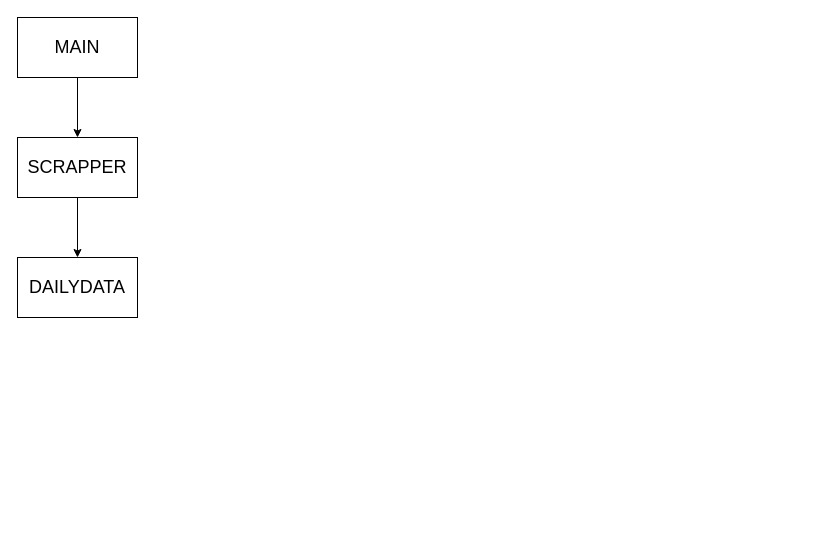
This is flow.drawio from Ansh-Kotwal/Weather-Prediction, a draw.io file, before an edit. Source tidied: cells renumbered, new cells numbered last; positions are measured from the earlier drawing's top-left corner, leaving out a move shared by most shapes. Both pictures are drawn from the tidied source at 100%, with x=0, y=0 at pixel (17, 17).
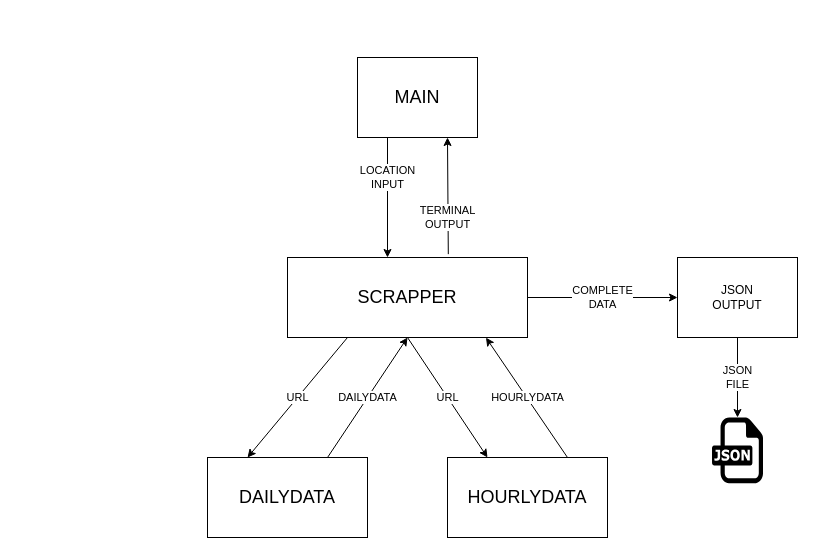
The same page after the edit.

Commit message (it also covers changes not shown here):
Added Flow Chart and new naming of var,fun()

Diff of the diagram source:
```diff
@@
 <mxGraphModel>
   <root>
     <mxCell id="0" />
     <mxCell id="1" parent="0" />
     <mxCell id="2" value="&lt;font style=&quot;font-size: 18px;&quot;&gt;MAIN&lt;/font&gt;" style="rounded=0;whiteSpace=wrap;html=1;" parent="1" vertex="1">
-      <mxGeometry width="120" height="60" as="geometry" />
+      <mxGeometry x="340" y="40" width="120" height="80" as="geometry" />
     </mxCell>
-    <mxCell id="3" style="endArrow=classic;html=1;exitX=0.5;exitY=1;exitDx=0;exitDy=0;" parent="1" edge="1" source="2">
-      <mxGeometry relative="1" as="geometry">
-        <mxPoint x="60" y="120" as="targetPoint" />
-      </mxGeometry>
-    </mxCell>
     <mxCell id="4" value="&lt;font style=&quot;font-size: 18px;&quot;&gt;SCRAPPER&lt;/font&gt;" style="rounded=0;whiteSpace=wrap;html=1;" parent="1" vertex="1">
-      <mxGeometry y="120" width="120" height="60" as="geometry" />
+      <mxGeometry x="270" y="240" width="240" height="80" as="geometry" />
     </mxCell>
-    <mxCell id="5" style="endArrow=classic;html=1;exitX=0.5;exitY=1;exitDx=0;exitDy=0;" parent="1" edge="1" source="4">
-      <mxGeometry relative="1" as="geometry">
-        <mxPoint x="60" y="240" as="targetPoint" />
-      </mxGeometry>
-    </mxCell>
+    <mxCell id="7" value="URL" style="endArrow=classic;html=1;entryX=0.25;entryY=0;entryDx=0;entryDy=0;exitX=0.25;exitY=1;exitDx=0;exitDy=0;" parent="1" edge="1" source="4" target="6">
+      <mxGeometry relative="1" as="geometry" />
+    </mxCell>
     <mxCell id="6" value="DAILYDATA" style="rounded=0;whiteSpace=wrap;html=1;fontSize=18;" parent="1" vertex="1">
-      <mxGeometry y="240" width="120" height="60" as="geometry" />
+      <mxGeometry x="190" y="440" width="160" height="80" as="geometry" />
     </mxCell>
+    <mxCell id="8" value="DAILYDATA" style="endArrow=classic;html=1;exitX=0.75;exitY=0;exitDx=0;exitDy=0;entryX=0.5;entryY=1;entryDx=0;entryDy=0;" parent="1" edge="1" source="6" target="4">
+      <mxGeometry relative="1" as="geometry" />
+    </mxCell>
+    <mxCell id="9" value="URL" style="endArrow=classic;html=1;entryX=0.25;entryY=0;entryDx=0;entryDy=0;exitX=0.5;exitY=1;exitDx=0;exitDy=0;" parent="1" edge="1" source="4" target="10">
+      <mxGeometry relative="1" as="geometry" />
+    </mxCell>
+    <mxCell id="10" value="HOURLYDATA" style="rounded=0;whiteSpace=wrap;html=1;fontSize=18;" parent="1" vertex="1">
+      <mxGeometry x="430" y="440" width="160" height="80" as="geometry" />
+    </mxCell>
+    <mxCell id="11" value="HOURLYDATA" style="endArrow=classic;html=1;exitX=0.75;exitY=0;exitDx=0;exitDy=0;entryX=0.827;entryY=1.002;entryDx=0;entryDy=0;entryPerimeter=0;" parent="1" edge="1" source="10" target="4">
+      <mxGeometry relative="1" as="geometry" />
+    </mxCell>
+    <mxCell id="12" value="COMPLETE&lt;br&gt;DATA" style="endArrow=classic;html=1;entryX=0;entryY=0.5;entryDx=0;entryDy=0;" parent="1" edge="1" target="15">
+      <mxGeometry relative="1" as="geometry">
+        <mxPoint x="510" y="280" as="sourcePoint" />
+      </mxGeometry>
+    </mxCell>
+    <mxCell id="13" value="LOCATION &lt;br&gt;INPUT" style="endArrow=classic;html=1;exitX=0.25;exitY=1;exitDx=0;exitDy=0;" parent="1" edge="1" source="2">
+      <mxGeometry x="-0.33" relative="1" as="geometry">
+        <mxPoint x="370" y="240" as="targetPoint" />
+      </mxGeometry>
+    </mxCell>
+    <mxCell id="14" value="TERMINAL&lt;br&gt;OUTPUT" style="endArrow=classic;html=1;entryX=0.75;entryY=1;entryDx=0;entryDy=0;exitX=0.67;exitY=-0.042;exitDx=0;exitDy=0;exitPerimeter=0;" parent="1" edge="1" source="4" target="2">
+      <mxGeometry x="-0.37" y="1" relative="1" as="geometry" />
+    </mxCell>
+    <mxCell id="15" value="JSON&lt;br&gt;OUTPUT" style="rounded=0;whiteSpace=wrap;html=1;" parent="1" vertex="1">
+      <mxGeometry x="660" y="240" width="120" height="80" as="geometry" />
+    </mxCell>
+    <mxCell id="16" style="dashed=0;outlineConnect=0;html=1;align=center;labelPosition=center;verticalLabelPosition=bottom;verticalAlign=top;shape=mxgraph.weblogos.json;" parent="1" vertex="1">
+      <mxGeometry x="694.5" y="400" width="51" height="65.8" as="geometry" />
+    </mxCell>
+    <mxCell id="17" value="JSON&lt;br&gt;FILE" style="endArrow=classic;html=1;exitX=0.5;exitY=1;exitDx=0;exitDy=0;" parent="1" edge="1" source="15" target="16">
+      <mxGeometry relative="1" as="geometry" />
+    </mxCell>
   </root>
 </mxGraphModel>
```
